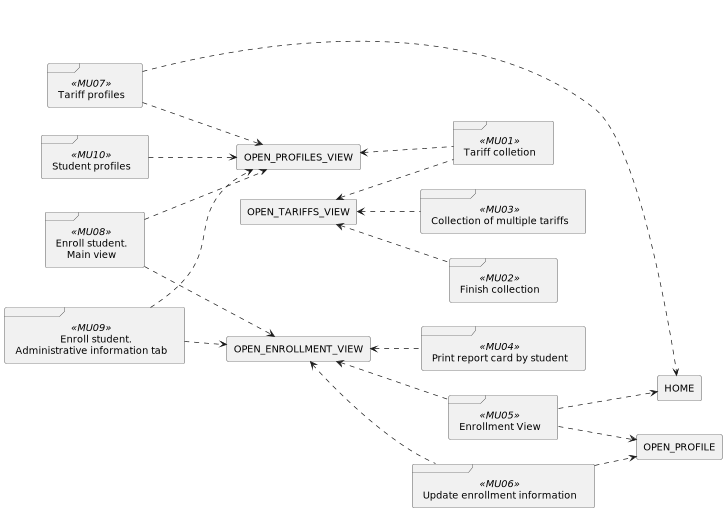
The PlantUML diagram out/UseCaseView/TRACE.State-x-Prototype.png in wsmcbl/wsmcbl.doc, before a commit.
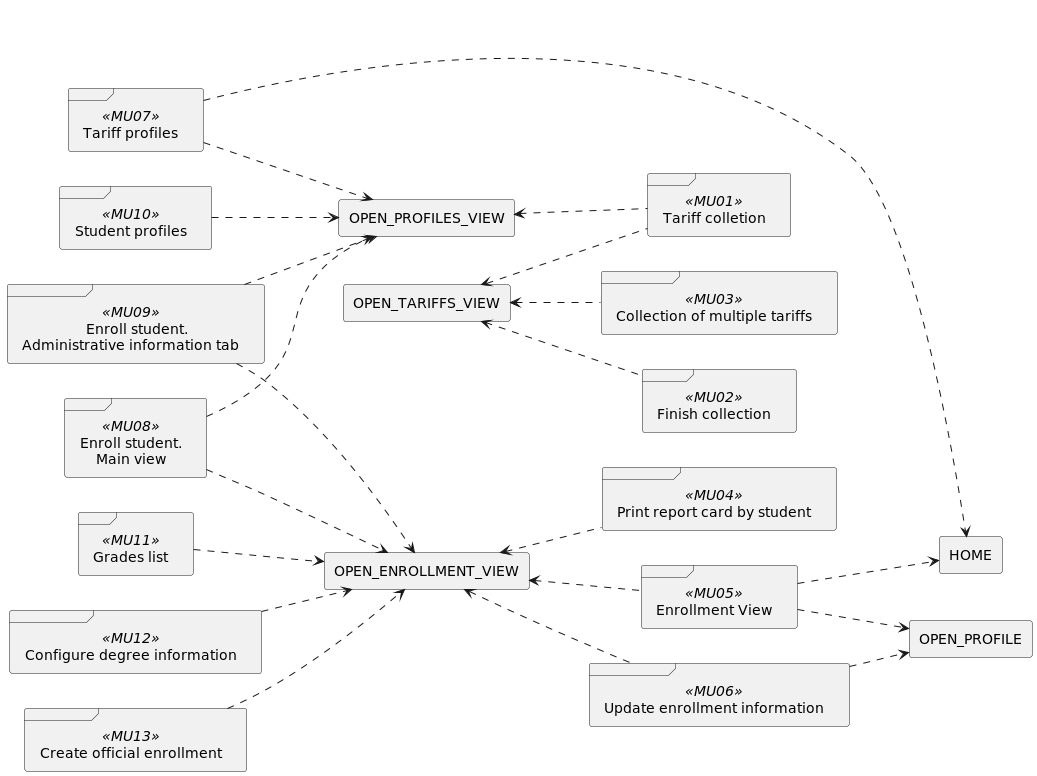
After the change.

Commit message:
Feat: Update trace for prototypes

What changed in the source:
```diff
@@ -12,6 +12,9 @@
 frame MU08 <<MU08>> as "Enroll student.\n    Main view"
 frame MU09 <<MU09>> as "\t\tEnroll student.\nAdministrative information tab"
 frame MU10 <<MU10>> as "Student profiles"
+frame MU11 <<MU11>> as "Grades list"
+frame MU12 <<MU12>> as "Configure degree information"
+frame MU13 <<MU13>> as "Create official enrollment"
 
 rectangle Initial as "HOME"
 rectangle OPEN_ENROLLMENT_VIEW
@@ -46,4 +49,10 @@
 MU09 ..> OPEN_PROFILES_VIEW
 
 MU10 ..> OPEN_PROFILES_VIEW
+
+MU11 ..> OPEN_ENROLLMENT_VIEW
+
+MU12 ..> OPEN_ENROLLMENT_VIEW
+
+MU13 ..> OPEN_ENROLLMENT_VIEW
 @enduml
```
